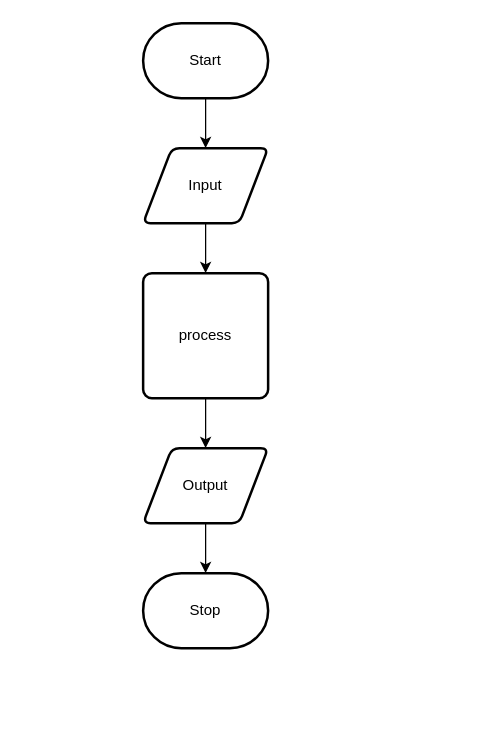
Above: design/flow-chart.drawio in ashley-monaghan/ICS2OR-Unit-5-07 (draw.io), before the change. Source tidied: cells renumbered, new cells numbered last; positions are measured from the earlier drawing's top-left corner, leaving out a move shared by most shapes. Both pictures are drawn from the tidied source at 125%, with x=0, y=0 at pixel (142, 22).
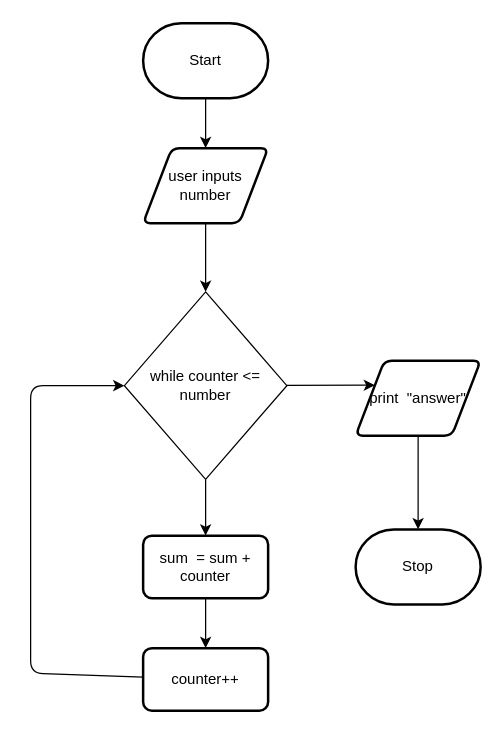
After the change.

The edit, as a diff of the source:
```diff
@@
 <mxGraphModel>
   <root>
     <mxCell id="0" />
     <mxCell id="1" parent="0" />
     <mxCell id="2" style="edgeStyle=none;html=1;" parent="1" edge="1" source="3" target="5">
       <mxGeometry relative="1" as="geometry" />
     </mxCell>
     <mxCell id="3" value="Start" style="strokeWidth=2;html=1;shape=mxgraph.flowchart.terminator;whiteSpace=wrap;" parent="1" vertex="1">
       <mxGeometry width="100" height="60" as="geometry" />
     </mxCell>
-    <mxCell id="4" style="edgeStyle=none;html=1;" parent="1" edge="1" source="5" target="7">
-      <mxGeometry relative="1" as="geometry" />
-    </mxCell>
+    <mxCell id="11" style="edgeStyle=none;html=1;" parent="1" edge="1" source="5" target="15">
+      <mxGeometry relative="1" as="geometry" />
+    </mxCell>
-    <mxCell id="5" value="Input" style="shape=parallelogram;html=1;strokeWidth=2;perimeter=parallelogramPerimeter;whiteSpace=wrap;rounded=1;arcSize=12;size=0.23;" parent="1" vertex="1">
+    <mxCell id="5" value="user inputs number" style="shape=parallelogram;html=1;strokeWidth=2;perimeter=parallelogramPerimeter;whiteSpace=wrap;rounded=1;arcSize=12;size=0.23;" parent="1" vertex="1">
       <mxGeometry y="100" width="100" height="60" as="geometry" />
     </mxCell>
-    <mxCell id="6" style="edgeStyle=none;html=1;" parent="1" edge="1" source="7" target="9">
-      <mxGeometry relative="1" as="geometry" />
-    </mxCell>
+    <mxCell id="12" style="edgeStyle=none;html=1;" parent="1" edge="1" source="7">
+      <mxGeometry relative="1" as="geometry">
+        <mxPoint x="50" y="500" as="targetPoint" />
+      </mxGeometry>
+    </mxCell>
-    <mxCell id="7" value="process" style="rounded=1;whiteSpace=wrap;html=1;absoluteArcSize=1;arcSize=14;strokeWidth=2;" parent="1" vertex="1">
-      <mxGeometry y="200" width="100" height="100" as="geometry" />
+    <mxCell id="7" value="sum&amp;nbsp; = sum + counter" style="rounded=1;whiteSpace=wrap;html=1;absoluteArcSize=1;arcSize=14;strokeWidth=2;" parent="1" vertex="1">
+      <mxGeometry y="410" width="100" height="50" as="geometry" />
     </mxCell>
     <mxCell id="8" style="edgeStyle=none;html=1;" parent="1" edge="1" source="9" target="10">
       <mxGeometry relative="1" as="geometry" />
     </mxCell>
-    <mxCell id="9" value="Output" style="shape=parallelogram;html=1;strokeWidth=2;perimeter=parallelogramPerimeter;whiteSpace=wrap;rounded=1;arcSize=12;size=0.23;" parent="1" vertex="1">
-      <mxGeometry y="340" width="100" height="60" as="geometry" />
+    <mxCell id="9" value="print&amp;nbsp; &quot;answer&quot;" style="shape=parallelogram;html=1;strokeWidth=2;perimeter=parallelogramPerimeter;whiteSpace=wrap;rounded=1;arcSize=12;size=0.23;" parent="1" vertex="1">
+      <mxGeometry x="170" y="270" width="100" height="60" as="geometry" />
     </mxCell>
     <mxCell id="10" value="Stop" style="strokeWidth=2;html=1;shape=mxgraph.flowchart.terminator;whiteSpace=wrap;" parent="1" vertex="1">
-      <mxGeometry y="440" width="100" height="60" as="geometry" />
+      <mxGeometry x="170" y="405" width="100" height="60" as="geometry" />
     </mxCell>
+    <mxCell id="13" style="edgeStyle=none;html=1;entryX=0.5;entryY=0;entryDx=0;entryDy=0;" parent="1" edge="1" source="15" target="7">
+      <mxGeometry relative="1" as="geometry" />
+    </mxCell>
+    <mxCell id="14" style="edgeStyle=none;html=1;entryX=0;entryY=0.25;entryDx=0;entryDy=0;" parent="1" edge="1" source="15" target="9">
+      <mxGeometry relative="1" as="geometry" />
+    </mxCell>
+    <mxCell id="15" value="while counter &amp;lt;= number" style="rhombus;whiteSpace=wrap;html=1;" parent="1" vertex="1">
+      <mxGeometry x="-15" y="215" width="130" height="150" as="geometry" />
+    </mxCell>
+    <mxCell id="16" style="edgeStyle=none;html=1;entryX=0;entryY=0.5;entryDx=0;entryDy=0;" parent="1" edge="1" source="17" target="15">
+      <mxGeometry relative="1" as="geometry">
+        <Array as="points">
+          <mxPoint x="-90" y="520" />
+          <mxPoint x="-90" y="290" />
+        </Array>
+      </mxGeometry>
+    </mxCell>
+    <mxCell id="17" value="counter++" style="rounded=1;whiteSpace=wrap;html=1;absoluteArcSize=1;arcSize=14;strokeWidth=2;" parent="1" vertex="1">
+      <mxGeometry y="500" width="100" height="50" as="geometry" />
+    </mxCell>
   </root>
 </mxGraphModel>
```
